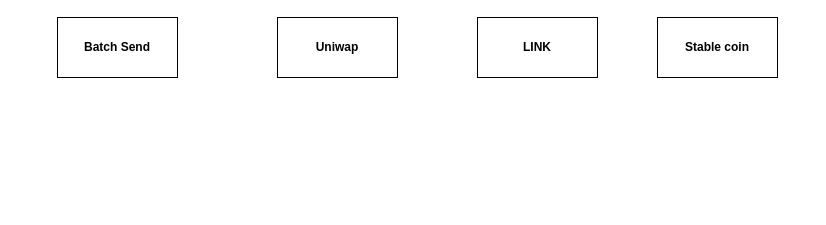
Earlier version of the draw.io diagram 01.Diagrams/BlockChain2022.drawio (shixinzhu/BlockChain-Notes). Source tidied: cells renumbered, new cells numbered last; positions are measured from the earlier drawing's top-left corner, leaving out a move shared by most shapes. Both pictures are drawn from the tidied source at 100%, with x=0, y=0 at pixel (57, 17).
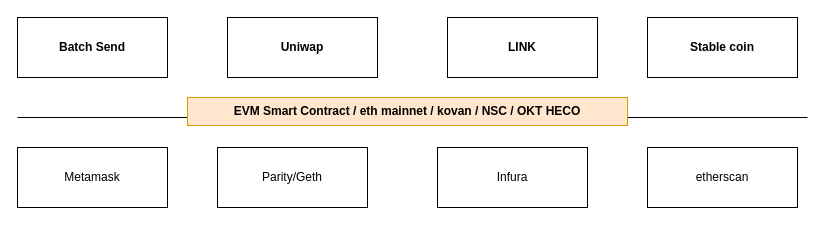
After the change.

Diff of the diagram source:
```diff
@@
 <mxGraphModel>
   <root>
     <mxCell id="0" />
     <mxCell id="1" parent="0" />
     <mxCell id="2" value="Batch Send" style="rounded=0;whiteSpace=wrap;html=1;fontStyle=1;fontColor=#000000;" parent="1" vertex="1">
-      <mxGeometry width="120" height="60" as="geometry" />
+      <mxGeometry x="-40" width="150" height="60" as="geometry" />
     </mxCell>
     <mxCell id="3" value="Uniwap" style="rounded=0;whiteSpace=wrap;html=1;fontStyle=1;" parent="1" vertex="1">
-      <mxGeometry x="220" width="120" height="60" as="geometry" />
+      <mxGeometry x="170" width="150" height="60" as="geometry" />
     </mxCell>
     <mxCell id="4" value="LINK" style="rounded=0;whiteSpace=wrap;html=1;fontStyle=1;" parent="1" vertex="1">
-      <mxGeometry x="420" width="120" height="60" as="geometry" />
+      <mxGeometry x="390" width="150" height="60" as="geometry" />
     </mxCell>
     <mxCell id="5" value="Stable coin" style="rounded=0;whiteSpace=wrap;html=1;fontStyle=1;" parent="1" vertex="1">
-      <mxGeometry x="600" width="120" height="60" as="geometry" />
+      <mxGeometry x="590" width="150" height="60" as="geometry" />
     </mxCell>
+    <mxCell id="6" style="endArrow=none;html=1;rounded=0;fontColor=#000000;" parent="1" edge="1">
+      <mxGeometry relative="1" as="geometry">
+        <mxPoint x="-40" y="100" as="sourcePoint" />
+        <mxPoint x="750" y="100" as="targetPoint" />
+      </mxGeometry>
+    </mxCell>
+    <mxCell id="7" value="Metamask" style="rounded=0;whiteSpace=wrap;html=1;fontColor=#000000;" parent="1" vertex="1">
+      <mxGeometry x="-40" y="130" width="150" height="60" as="geometry" />
+    </mxCell>
+    <mxCell id="8" value="Parity/Geth" style="rounded=0;whiteSpace=wrap;html=1;fontColor=#000000;" parent="1" vertex="1">
+      <mxGeometry x="160" y="130" width="150" height="60" as="geometry" />
+    </mxCell>
+    <mxCell id="9" value="etherscan" style="rounded=0;whiteSpace=wrap;html=1;fontColor=#000000;" parent="1" vertex="1">
+      <mxGeometry x="590" y="130" width="150" height="60" as="geometry" />
+    </mxCell>
+    <mxCell id="10" value="Infura" style="rounded=0;whiteSpace=wrap;html=1;fontColor=#000000;" parent="1" vertex="1">
+      <mxGeometry x="380" y="130" width="150" height="60" as="geometry" />
+    </mxCell>
+    <mxCell id="11" value="EVM Smart Contract / eth mainnet / kovan / NSC / OKT HECO" style="text;html=1;strokeColor=#d79b00;fillColor=#ffe6cc;align=center;verticalAlign=middle;whiteSpace=wrap;rounded=0;fontSize=12;fontStyle=1;labelBackgroundColor=none;spacing=0;" parent="1" vertex="1">
+      <mxGeometry x="130" y="80" width="440" height="28" as="geometry" />
+    </mxCell>
   </root>
 </mxGraphModel>
```
